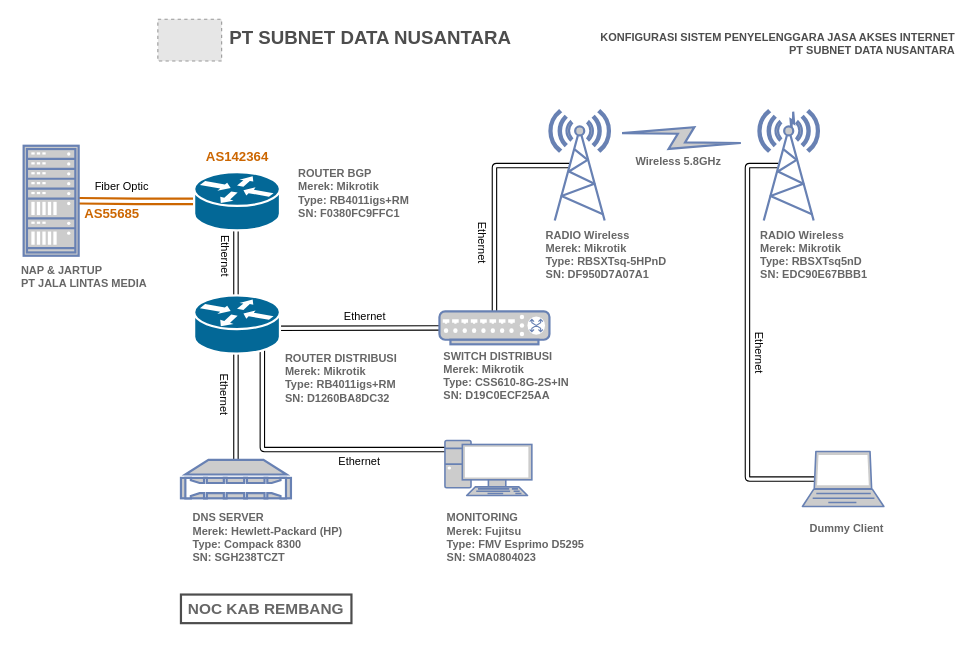
The draw.io diagram Untitled Diagram.drawio in sdn-net/blocked, before the edit. Source tidied: cells renumbered, new cells numbered last; positions are measured from the earlier drawing's top-left corner, leaving out a move shared by most shapes. Both pictures are drawn from the tidied source at 110%, with x=0, y=0 at pixel (19, 19). Pictures stored in the file or linked from it are replaced by grey dashed boxes.
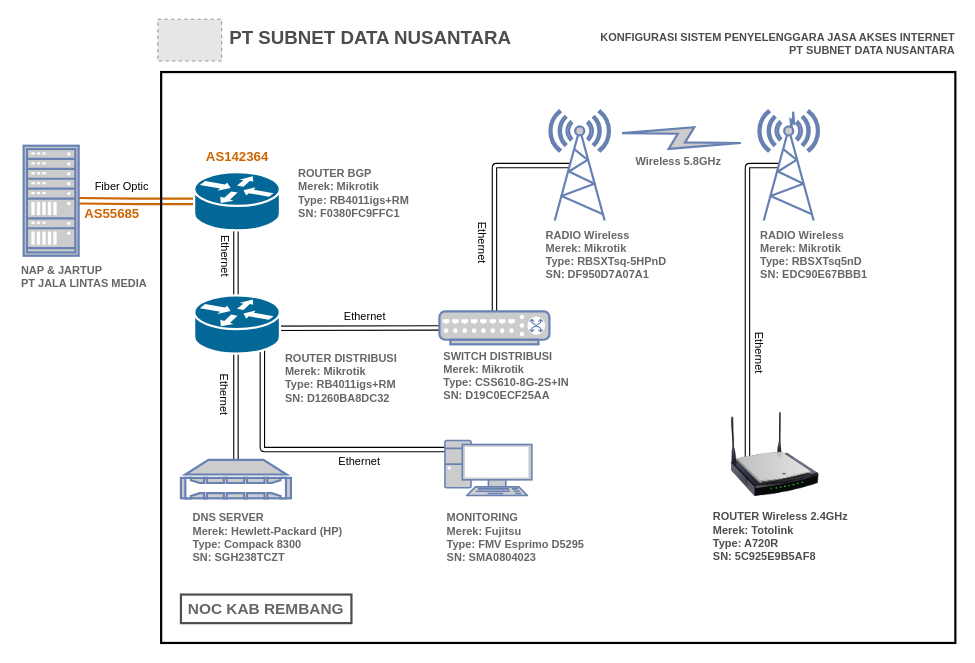
The same diagram, later.

Unchanged cells that the change refers to:
```xml
<mxCell id="14" style="fontColor=#0066CC;verticalAlign=top;verticalLabelPosition=bottom;labelPosition=center;align=center;html=1;outlineConnect=0;fillColor=#CCCCCC;strokeColor=#6881B3;gradientColor=none;gradientDirection=north;strokeWidth=2;shape=mxgraph.networks.radio_tower;" parent="1" vertex="1">
  <mxGeometry x="672" y="83" width="55" height="100" as="geometry" />
</mxCell>
```

Diff of the diagram source:
```diff
@@
-    <mxCell id="11" style="edgeStyle=none;shape=link;jettySize=auto;html=1;entryX=0.33;entryY=0.5;entryDx=0;entryDy=0;entryPerimeter=0;exitX=0.15;exitY=0.5;exitDx=0;exitDy=0;exitPerimeter=0;" parent="1" edge="1" source="12" target="14">
+    <mxCell id="11" style="edgeStyle=none;shape=link;jettySize=auto;html=1;entryX=0.33;entryY=0.5;entryDx=0;entryDy=0;entryPerimeter=0;" parent="1" edge="1" target="14">
       <mxGeometry relative="1" as="geometry">
+        <mxPoint x="662" y="409" as="sourcePoint" />
         <Array as="points">
-          <mxPoint x="662" y="418" />
+          <mxPoint x="662" y="358" />
           <mxPoint x="662" y="133" />
         </Array>
       </mxGeometry>
     </mxCell>
-    <mxCell id="12" style="fontColor=#0066CC;verticalAlign=top;verticalLabelPosition=bottom;labelPosition=center;align=center;html=1;outlineConnect=0;fillColor=#CCCCCC;strokeColor=#6881B3;gradientColor=none;gradientDirection=north;strokeWidth=2;shape=mxgraph.networks.laptop;" parent="1" vertex="1">
-      <mxGeometry x="712" y="393" width="74" height="50" as="geometry" />
-    </mxCell>
@@
-    <mxCell id="21" value="Dummy Client" style="text;html=1;align=center;verticalAlign=middle;strokeColor=none;fillColor=none;fontStyle=1;fontColor=#666666;fontSize=10;" parent="1" vertex="1">
-      <mxGeometry x="712" y="453" width="80" height="20" as="geometry" />
-    </mxCell>
@@
+    <mxCell id="43" style="image;html=1;image=img/lib/clip_art/networking/Wireless_Router_N_128x128.png;" parent="1" vertex="1">
+      <mxGeometry x="647" y="355.5" width="80" height="80" as="geometry" />
+    </mxCell>
+    <mxCell id="44" value="ROUTER Wireless 2.4GHz&lt;br style=&quot;font-size: 10px&quot;&gt;Merek: Totolink&lt;br style=&quot;font-size: 10px&quot;&gt;Type: A720R&lt;br style=&quot;font-size: 10px&quot;&gt;SN: 5C925E9B5AF8" style="text;html=1;align=left;verticalAlign=middle;strokeColor=none;fillColor=none;fontStyle=1;fontSize=10;fontColor=#4D4D4D;" parent="1" vertex="1">
+      <mxGeometry x="628.5" y="443.5" width="133" height="52" as="geometry" />
+    </mxCell>
+    <mxCell id="45" style="rounded=0;whiteSpace=wrap;html=1;fontSize=10;fontColor=#4D4D4D;fillColor=none;strokeWidth=2;" parent="1" vertex="1">
+      <mxGeometry x="129" y="48" width="722" height="519" as="geometry" />
+    </mxCell>
```
